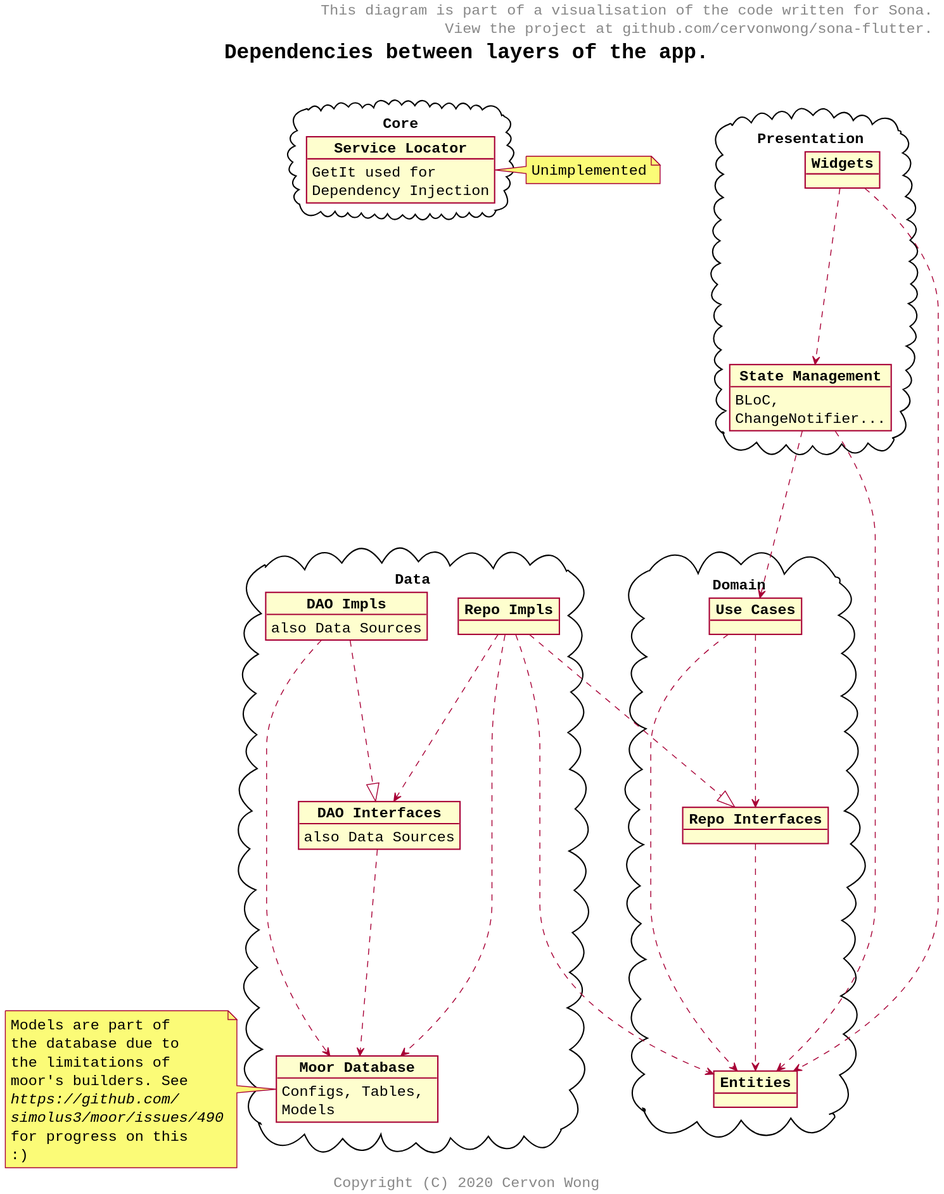
This is puml/architecture_dependencies.svg from cervonwong/sona-flutter, a PlantUML export, as it was before one commit.
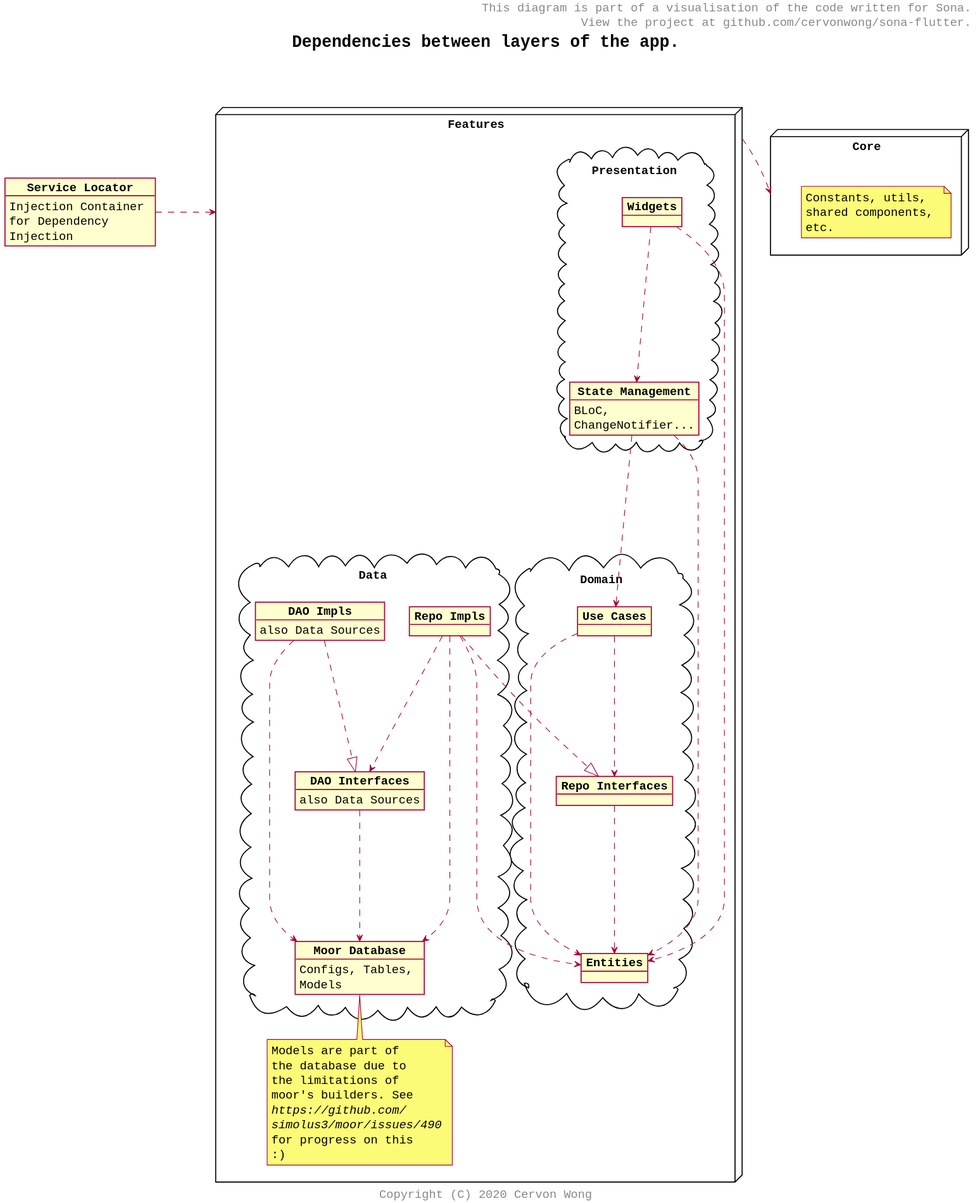
Later version of the same file.

The edit, as a diff of the source:
```diff
@@ -16,36 +16,44 @@
 title Dependencies between layers of the app.\n
 footer Copyright (C) 2020 Cervon Wong
 
-package Presentation <<Cloud>> {
-	object "Widgets" as w
-    object "State Management" as s {
-    	BLoC, ChangeNotifier...
-    }
+package Features <<Node>> {
+	package Presentation <<Cloud>> {
+		object "Widgets" as w
+		object "State Management" as s {
+			BLoC, ChangeNotifier...
+		}
+	}
+
+	package Domain <<Cloud>> {
+		object "Use Cases" as u
+		object "Entities" as e
+		object "Repo Interfaces" as ir
+	}
+
+	package Data <<Cloud>> {
+		object "Repo Impls" as ri
+		object "DAO Impls" AS di {
+			also Data Sources
+		}
+		object "DAO Interfaces" as id {
+			also Data Sources
+		}
+		object "Moor Database" as db {
+			Configs, Tables, Models
+		}
+	}
+
+	note bottom of db
+    	Models are part of the database due to the limitations of moor's builders. See <i>https://github.com/ simolus3/moor/issues/490</i>for progress on this :)
+    end note
 }
 
-package Domain <<Cloud>> {
-	object "Use Cases" as u
-	object "Entities" as e
-	object "Repo Interfaces" as ir
+object "Service Locator" as sl {
+	Injection Container for Dependency Injection
 }
 
-package Data <<Cloud>> {
-	object "Repo Impls" as ri
-    object "DAO Impls" AS di {
-    	also Data Sources
-    }
-    object "DAO Interfaces" as id {
-    	also Data Sources
-    }
-    object "Moor Database" as db {
-    	Configs, Tables, Models
-    }
-}
-
-package Core <<Cloud>> {
-	object "Service Locator" as sl {
-    	GetIt used for Dependency Injection
-    }
+package Core <<Node>> {
+	note "Constants, utils, shared components, etc." as n1
 }
 
 w  ....>  s
@@ -63,12 +71,7 @@
 di ....|> id
 id ....> db
 
-note right of sl
-	Unimplemented
-end note
-
-note left of db
-	Models are part of the database due to the limitations of moor's builders. See <i>https://github.com/ simolus3/moor/issues/490</i>for progress on this :)
-end note
+sl .> Features : \t
+Features .> Core : \t
 
 @enduml
```
